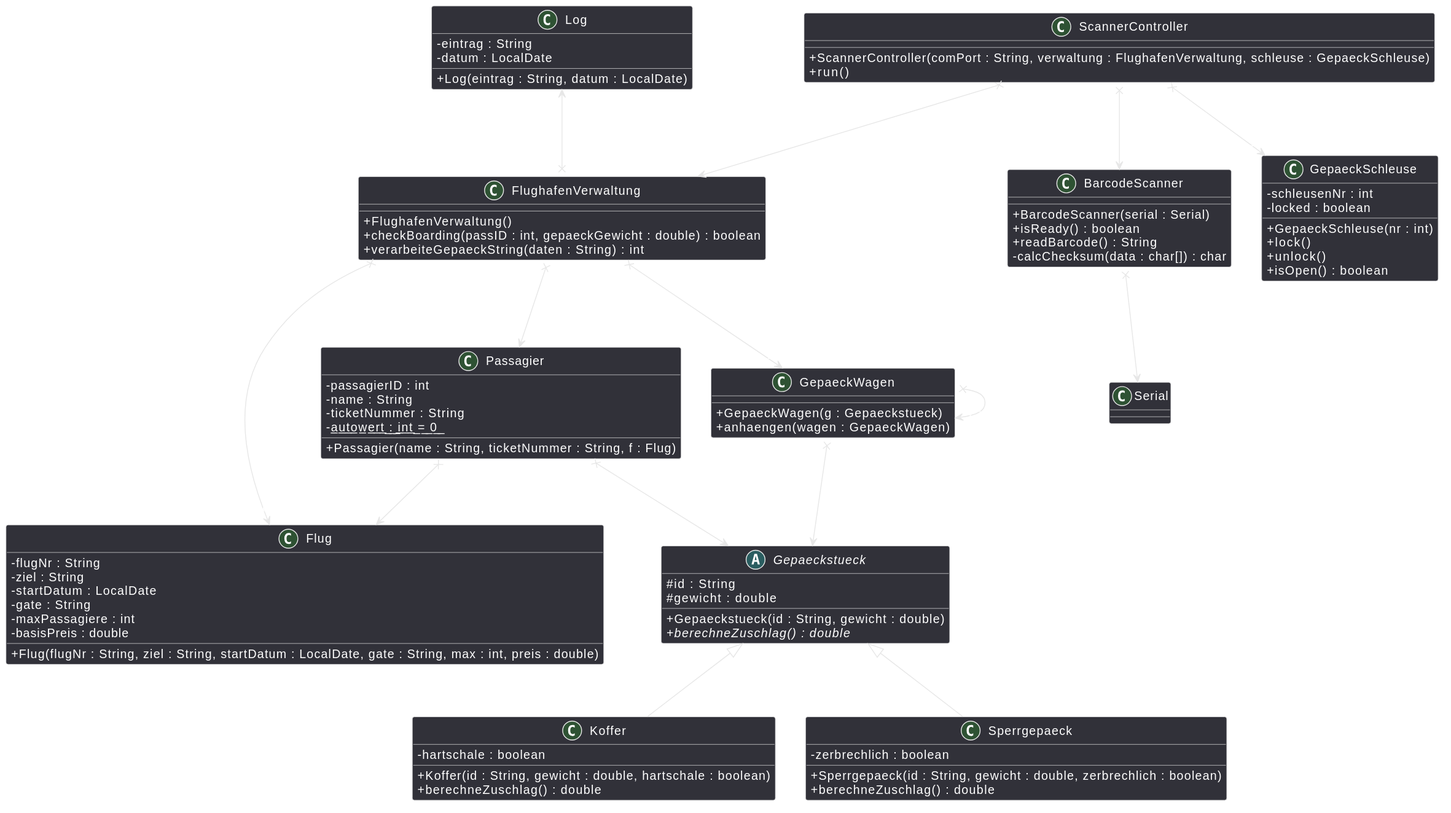
Earlier version of the PlantUML export assets/img/sec6/lvl24-1.svg (OnlyCook/abitur-elite-code).
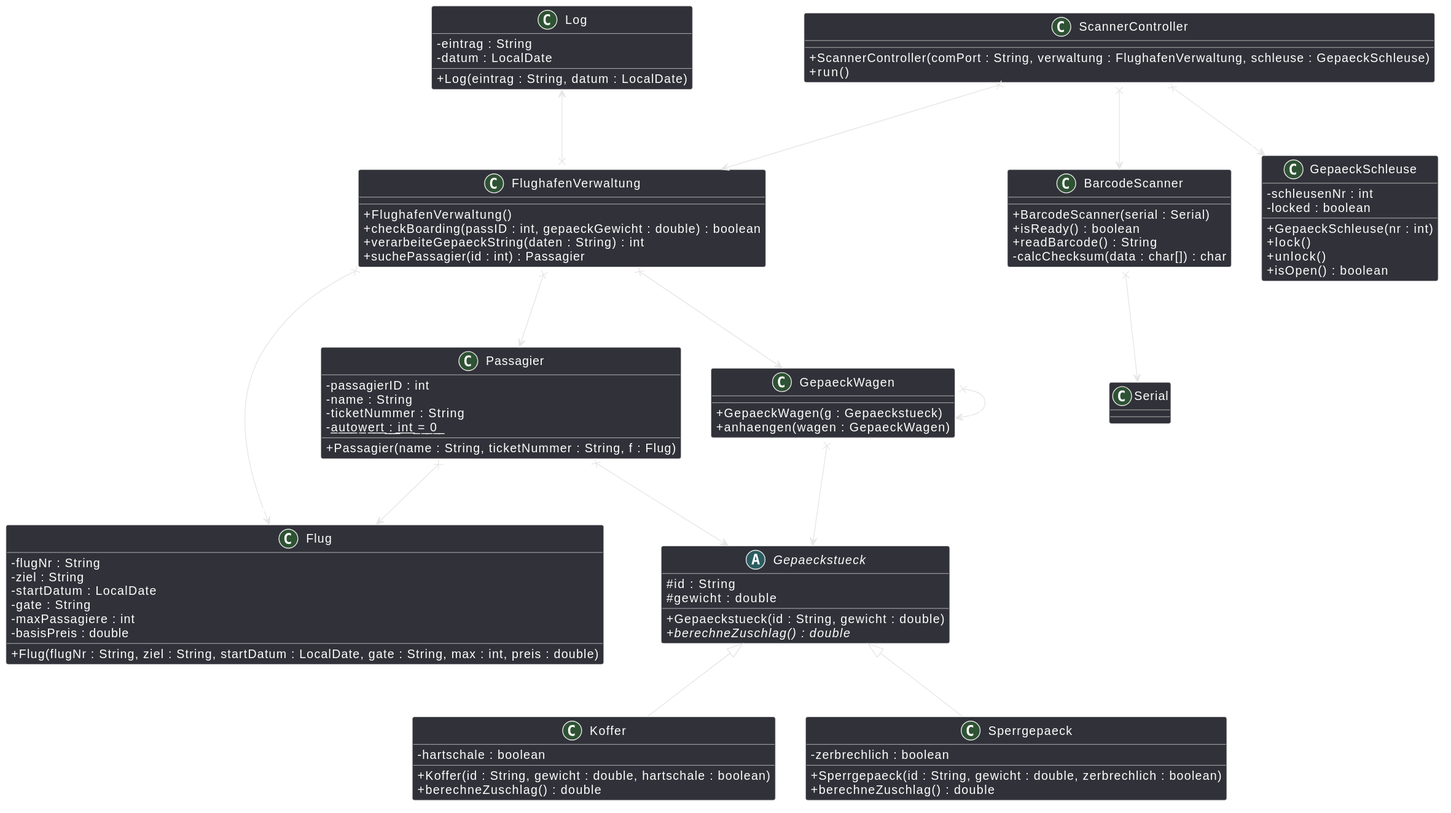
The same diagram one commit later.

Diff of the diagram source:
```diff
@@ -5,6 +5,7 @@
   + FlughafenVerwaltung()
   + checkBoarding(passID : int, gepaeckGewicht : double) : boolean
   + verarbeiteGepaeckString(daten : String) : int
+  + suchePassagier(id : int) : Passagier
 }
 
 abstract class Gepaeckstueck {
```
